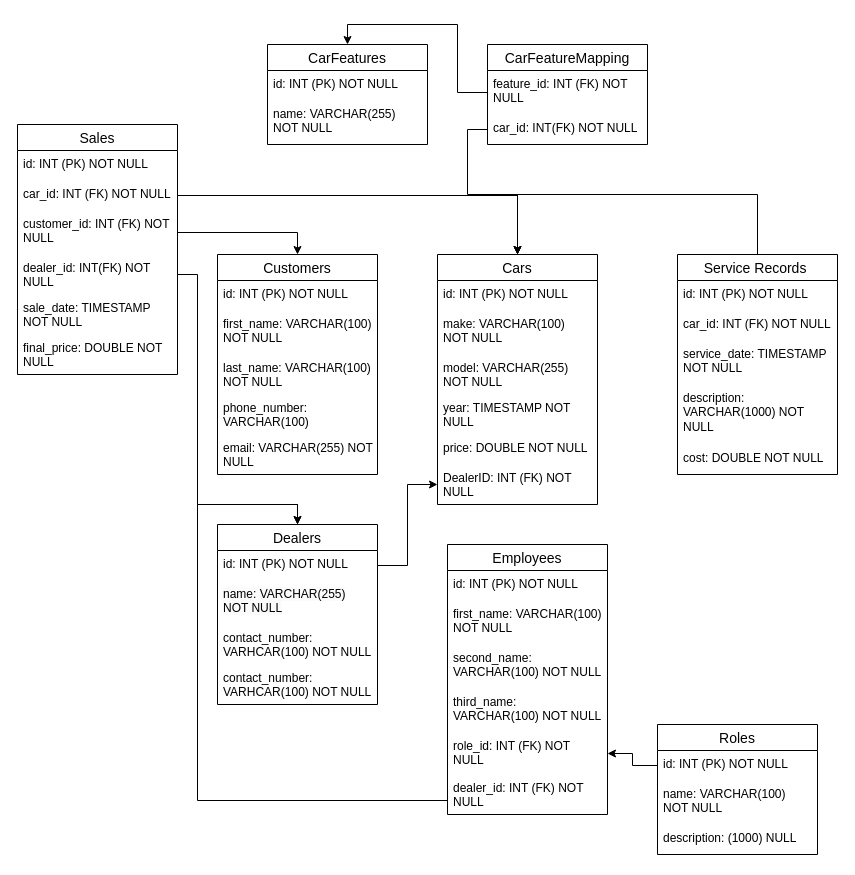
Above: physical_scheme.drawio in slsforme/EP_final_project (draw.io), before the change. Source tidied: cells renumbered, new cells numbered last; positions are measured from the earlier drawing's top-left corner, leaving out a move shared by most shapes. Both pictures are drawn from the tidied source at 100%, with x=0, y=0 at pixel (17, 44).
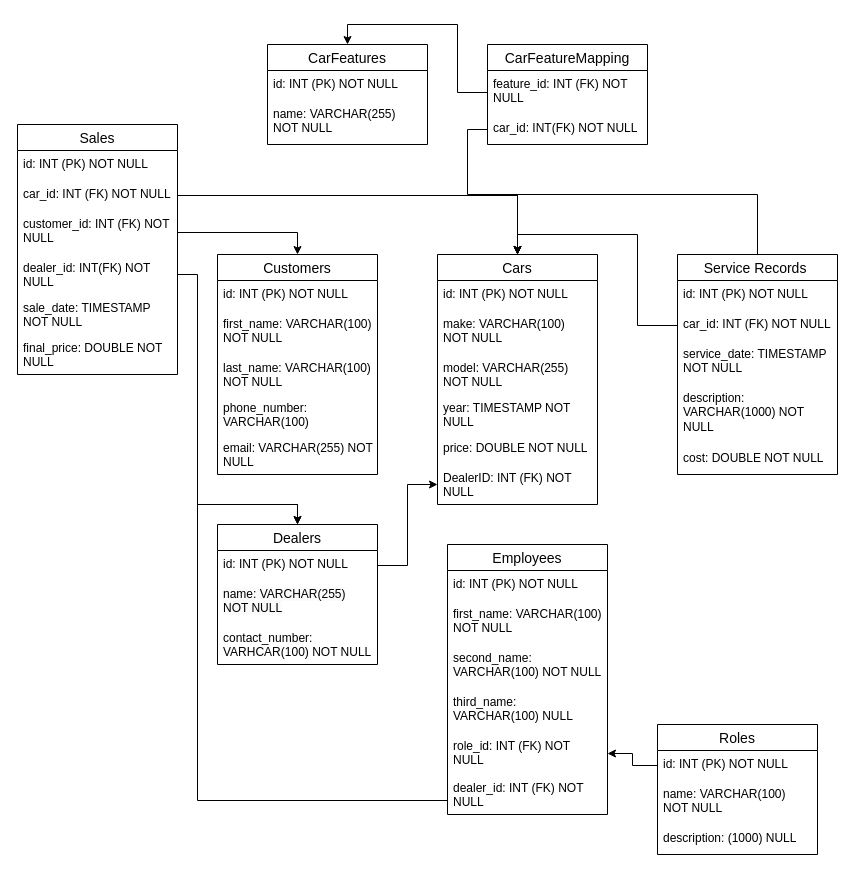
The same diagram, later.

Unchanged cells that the change refers to:
```xml
<mxCell id="7" value="Cars" style="swimlane;fontStyle=0;horizontal=1;startSize=26;align=center;fontSize=14;" parent="1" vertex="1">
  <mxGeometry x="420" y="210" width="160" height="250" as="geometry" />
</mxCell>
<mxCell id="31" value="car_id: INT (FK) NOT NULL" style="text;strokeColor=none;fillColor=none;spacingLeft=4;spacingRight=4;overflow=hidden;points=[[0,0.5],[1,0.5]];portConstraint=eastwest;fontSize=12;whiteSpace=wrap;html=1;" parent="29" vertex="1">
  <mxGeometry y="56" width="160" height="30" as="geometry" />
</mxCell>
<mxCell id="38" value="Employees" style="swimlane;fontStyle=0;horizontal=1;startSize=26;align=center;fontSize=14;" parent="1" vertex="1">
  <mxGeometry x="430" y="500" width="160" height="270" as="geometry" />
</mxCell>
```

Change to the diagram source:
```diff
@@
     <mxCell id="2" value="Dealers" style="swimlane;fontStyle=0;horizontal=1;startSize=26;align=center;fontSize=14;" parent="1" vertex="1">
-      <mxGeometry x="200" y="480" width="160" height="180" as="geometry" />
+      <mxGeometry x="200" y="480" width="160" height="140" as="geometry" />
     </mxCell>
@@
-    <mxCell id="6" value="contact_number: VARHCAR(100) NOT NULL" style="text;strokeColor=none;fillColor=none;spacingLeft=4;spacingRight=4;overflow=hidden;fontSize=12;whiteSpace=wrap;html=1;" parent="2" vertex="1">
-      <mxGeometry y="140" width="160" height="40" as="geometry" />
-    </mxCell>
@@
-    <mxCell id="42" value="third_name: VARCHAR(100) NOT NULL" style="text;strokeColor=none;fillColor=none;spacingLeft=4;spacingRight=4;overflow=hidden;fontSize=12;whiteSpace=wrap;html=1;" parent="38" vertex="1">
+    <mxCell id="42" value="third_name: VARCHAR(100) NULL" style="text;strokeColor=none;fillColor=none;spacingLeft=4;spacingRight=4;overflow=hidden;fontSize=12;whiteSpace=wrap;html=1;" parent="38" vertex="1">
       <mxGeometry y="144" width="160" height="44" as="geometry" />
     </mxCell>
@@
+    <mxCell id="59" style="edgeStyle=orthogonalEdgeStyle;rounded=0;jettySize=auto;html=1;entryX=0.5;entryY=0;entryDx=0;entryDy=0;" parent="1" edge="1" source="31" target="7">
+      <mxGeometry relative="1" as="geometry" />
+    </mxCell>
```
